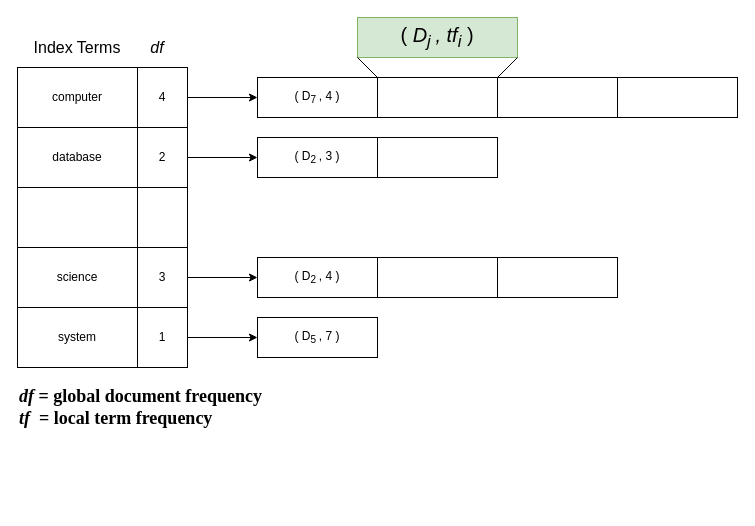
Before: doc/tf-idf.drawio in amazingchow/photon-dance-vector-space-searcher, a draw.io diagram. Source tidied: cells renumbered, new cells numbered last; positions are measured from the earlier drawing's top-left corner, leaving out a move shared by most shapes. Both pictures are drawn from the tidied source at 100%, with x=0, y=0 at pixel (17, 17).
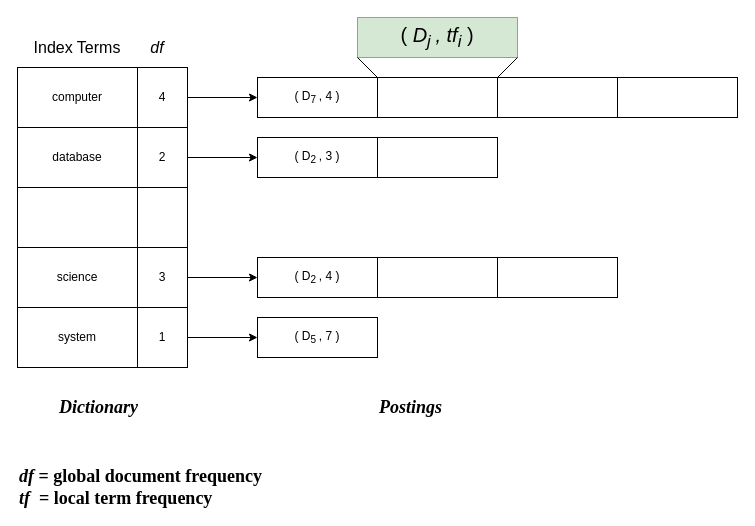
The same diagram, later.

Diff of the diagram source:
```diff
@@
     <mxCell id="31" value="&lt;font style=&quot;font-size: 18px&quot; face=&quot;Times New Roman&quot;&gt;&lt;b&gt;&lt;i&gt;df&lt;/i&gt; = global document frequency&lt;br&gt;&lt;i&gt;tf&lt;/i&gt;&amp;nbsp; = local term frequency&lt;/b&gt;&lt;/font&gt;" style="text;html=1;strokeColor=none;fillColor=none;align=left;verticalAlign=middle;whiteSpace=wrap;rounded=0;" parent="1" vertex="1">
-      <mxGeometry y="370" width="250" height="40" as="geometry" />
+      <mxGeometry y="450" width="250" height="40" as="geometry" />
     </mxCell>
+    <mxCell id="32" value="&lt;font face=&quot;Times New Roman&quot;&gt;&lt;span style=&quot;font-size: 18px&quot;&gt;&lt;b&gt;&lt;i&gt;Dictionary&lt;/i&gt;&lt;/b&gt;&lt;/span&gt;&lt;/font&gt;" style="text;html=1;strokeColor=none;fillColor=none;align=left;verticalAlign=middle;whiteSpace=wrap;rounded=0;" parent="1" vertex="1">
+      <mxGeometry x="40" y="370" width="90" height="40" as="geometry" />
+    </mxCell>
+    <mxCell id="33" value="&lt;font face=&quot;Times New Roman&quot;&gt;&lt;span style=&quot;font-size: 18px&quot;&gt;&lt;b&gt;&lt;i&gt;Postings&lt;/i&gt;&lt;/b&gt;&lt;/span&gt;&lt;/font&gt;" style="text;html=1;strokeColor=none;fillColor=none;align=left;verticalAlign=middle;whiteSpace=wrap;rounded=0;" parent="1" vertex="1">
+      <mxGeometry x="360" y="370" width="90" height="40" as="geometry" />
+    </mxCell>
```
